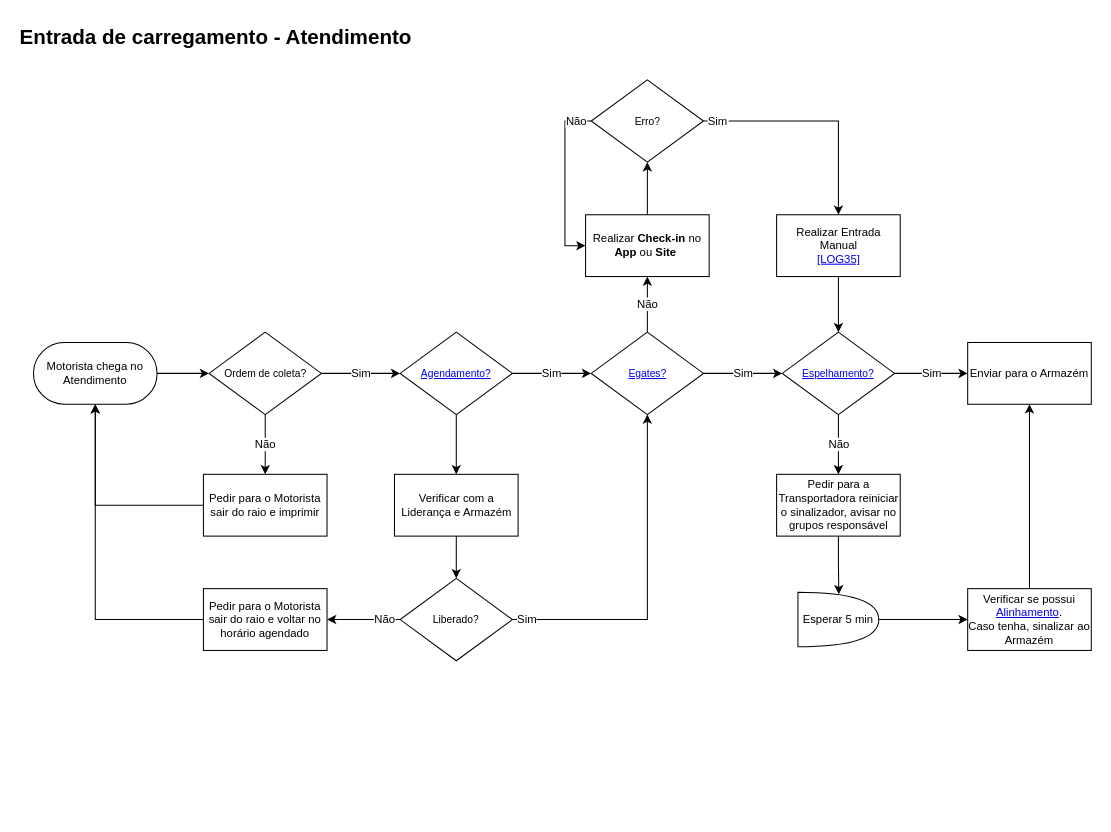
The draw.io diagram Carregamento.drawio in VictorAlvesMatias/fluxogramas, before the edit. Source tidied: cells renumbered, new cells numbered last; positions are measured from the earlier drawing's top-left corner, leaving out a move shared by most shapes. Both pictures are drawn from the tidied source at 103%, with x=0, y=0 at pixel (18, 18).
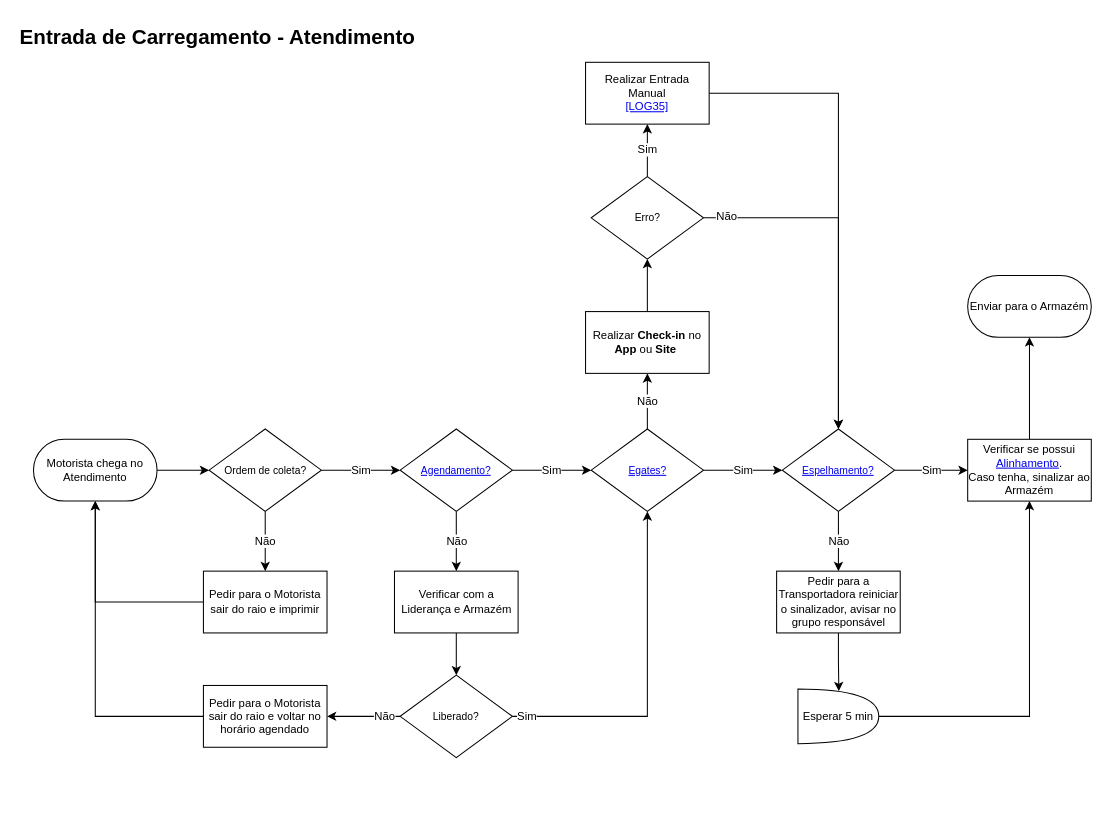
The same page after the edit.

The change refers to these unchanged cells:
```xml
<mxCell id="2" style="group;strokeWidth=0;" parent="1" vertex="1">
  <mxGeometry width="1045" height="774" as="geometry" />
</mxCell>
```

Diff of the diagram source:
```diff
@@
-    <mxCell id="3" value="Entrada de carregamento - Atendimento&lt;div style=&quot;&quot;&gt;&lt;br&gt;&lt;/div&gt;" style="text;html=1;align=left;verticalAlign=middle;whiteSpace=wrap;rounded=0;fontStyle=1;fontSize=20;" parent="2" vertex="1">
+    <mxCell id="3" value="Entrada de Carregamento - Atendimento&lt;div style=&quot;&quot;&gt;&lt;br&gt;&lt;/div&gt;" style="text;html=1;align=left;verticalAlign=middle;whiteSpace=wrap;rounded=0;fontStyle=1;fontSize=20;" parent="2" vertex="1">
       <mxGeometry width="400" height="59.3" as="geometry" />
     </mxCell>
@@
     <mxCell id="5" value="Motorista chega no Atendimento" style="rounded=1;whiteSpace=wrap;html=1;arcSize=50;fontSize=11;" parent="2" vertex="1">
-      <mxGeometry x="15" y="315" width="120" height="60" as="geometry" />
+      <mxGeometry x="15" y="409" width="120" height="60" as="geometry" />
     </mxCell>
     <mxCell id="6" value="Ordem de coleta?" style="rhombus;whiteSpace=wrap;html=1;fontSize=10;" parent="2" vertex="1">
-      <mxGeometry x="185.5" y="305" width="109" height="80" as="geometry" />
+      <mxGeometry x="185.5" y="399" width="109" height="80" as="geometry" />
     </mxCell>
@@
     <mxCell id="8" value="Pedir para o Motorista sair do raio e imprimir" style="rounded=0;whiteSpace=wrap;html=1;fontSize=11;" parent="2" vertex="1">
-      <mxGeometry x="180" y="443" width="120" height="60" as="geometry" />
+      <mxGeometry x="180" y="537" width="120" height="60" as="geometry" />
     </mxCell>
@@
     <mxCell id="10" value="Sim" style="edgeStyle=orthogonalEdgeStyle;rounded=0;jettySize=auto;html=1;entryX=0;entryY=0.5;entryDx=0;entryDy=0;strokeColor=#000000;exitX=1;exitY=0.5;exitDx=0;exitDy=0;" parent="2" edge="1" source="6">
       <mxGeometry relative="1" as="geometry">
-        <mxPoint x="371" y="345" as="targetPoint" />
+        <mxPoint x="371" y="439" as="targetPoint" />
       </mxGeometry>
     </mxCell>
     <mxCell id="11" style="edgeStyle=orthogonalEdgeStyle;rounded=0;jettySize=auto;html=1;entryX=0.5;entryY=0;entryDx=0;entryDy=0;exitX=0.5;exitY=1;exitDx=0;exitDy=0;strokeColor=#FF0000;" parent="2" edge="1" source="6">
       <mxGeometry relative="1" as="geometry">
-        <mxPoint x="240" y="385" as="targetPoint" />
+        <mxPoint x="240" y="479" as="targetPoint" />
       </mxGeometry>
     </mxCell>
-    <mxCell id="12" style="edgeStyle=orthogonalEdgeStyle;rounded=0;jettySize=auto;html=1;entryX=0.5;entryY=0;entryDx=0;entryDy=0;strokeColor=default;align=center;verticalAlign=middle;fontFamily=Helvetica;fontSize=11;fontColor=default;labelBackgroundColor=default;endArrow=classic;" parent="2" edge="1" source="13" target="34">
+    <mxCell id="12" value="Não" style="edgeStyle=orthogonalEdgeStyle;rounded=0;jettySize=auto;html=1;entryX=0.5;entryY=0;entryDx=0;entryDy=0;strokeColor=default;align=center;verticalAlign=middle;fontFamily=Helvetica;fontSize=11;fontColor=default;labelBackgroundColor=default;endArrow=classic;" parent="2" edge="1" source="13" target="34">
       <mxGeometry relative="1" as="geometry" />
     </mxCell>
     <mxCell id="13" value="&lt;a href=&quot;https://trackandtrace.com.br/core/monitoring/schedule&quot;&gt;Agendamento?&lt;/a&gt;" style="rhombus;whiteSpace=wrap;html=1;fontSize=10;" parent="2" vertex="1">
-      <mxGeometry x="371" y="305" width="109" height="80" as="geometry" />
+      <mxGeometry x="371" y="399" width="109" height="80" as="geometry" />
     </mxCell>
     <mxCell id="14" value="Sim" style="edgeStyle=orthogonalEdgeStyle;rounded=0;jettySize=auto;html=1;entryX=0;entryY=0.5;entryDx=0;entryDy=0;strokeColor=#000000;exitX=1;exitY=0.5;exitDx=0;exitDy=0;" parent="2" edge="1" source="13">
       <mxGeometry relative="1" as="geometry">
-        <mxPoint x="556.5" y="345" as="targetPoint" />
+        <mxPoint x="556.5" y="439" as="targetPoint" />
       </mxGeometry>
     </mxCell>
     <mxCell id="15" value="&lt;a href=&quot;https://egates.ambev.com.br/Movimentacoes/atendimentoEgates&quot;&gt;Egates?&lt;/a&gt;" style="rhombus;whiteSpace=wrap;html=1;fontSize=10;" parent="2" vertex="1">
-      <mxGeometry x="556.5" y="305" width="109" height="80" as="geometry" />
+      <mxGeometry x="556.5" y="399" width="109" height="80" as="geometry" />
     </mxCell>
@@
     <mxCell id="17" value="Realizar &lt;b&gt;Check-in&lt;/b&gt; no &lt;b&gt;App&lt;/b&gt; ou&amp;nbsp;&lt;b&gt;Site&amp;nbsp;&lt;/b&gt;" style="rounded=0;whiteSpace=wrap;html=1;fontSize=11;" parent="2" vertex="1">
-      <mxGeometry x="551" y="191" width="120" height="60" as="geometry" />
+      <mxGeometry x="551" y="285" width="120" height="60" as="geometry" />
     </mxCell>
@@
     <mxCell id="19" value="Sim" style="edgeStyle=orthogonalEdgeStyle;rounded=0;jettySize=auto;html=1;entryX=0;entryY=0.5;entryDx=0;entryDy=0;strokeColor=#000000;exitX=1;exitY=0.5;exitDx=0;exitDy=0;" parent="2" edge="1" source="15">
       <mxGeometry relative="1" as="geometry">
-        <mxPoint x="742" y="345" as="targetPoint" />
+        <mxPoint x="742" y="439" as="targetPoint" />
       </mxGeometry>
     </mxCell>
-    <mxCell id="20" value="Sim" style="edgeStyle=orthogonalEdgeStyle;rounded=0;jettySize=auto;html=1;entryX=0;entryY=0.5;entryDx=0;entryDy=0;strokeColor=default;align=center;verticalAlign=middle;fontFamily=Helvetica;fontSize=11;fontColor=default;labelBackgroundColor=default;endArrow=classic;" parent="2" edge="1" source="21" target="44">
+    <mxCell id="20" value="Sim" style="edgeStyle=orthogonalEdgeStyle;rounded=0;jettySize=auto;html=1;entryX=0;entryY=0.5;entryDx=0;entryDy=0;strokeColor=default;align=center;verticalAlign=middle;fontFamily=Helvetica;fontSize=11;fontColor=default;labelBackgroundColor=default;endArrow=classic;" parent="2" edge="1" source="21" target="46">
       <mxGeometry relative="1" as="geometry" />
     </mxCell>
     <mxCell id="21" value="&lt;a href=&quot;https://trackandtrace.com.br/core/monitoring/panel&quot;&gt;Espelhamento?&lt;/a&gt;" style="rhombus;whiteSpace=wrap;html=1;fontSize=10;" parent="2" vertex="1">
-      <mxGeometry x="742" y="305" width="109" height="80" as="geometry" />
+      <mxGeometry x="742" y="399" width="109" height="80" as="geometry" />
     </mxCell>
     <mxCell id="22" style="edgeStyle=orthogonalEdgeStyle;rounded=0;jettySize=auto;html=1;strokeColor=default;align=center;verticalAlign=middle;fontFamily=Helvetica;fontSize=11;fontColor=default;labelBackgroundColor=default;endArrow=classic;exitX=0.5;exitY=1;exitDx=0;exitDy=0;entryX=0.506;entryY=0.037;entryDx=0;entryDy=0;entryPerimeter=0;" parent="2" edge="1" source="23" target="43">
       <mxGeometry relative="1" as="geometry">
         <Array as="points">
-          <mxPoint x="796" y="530" />
-          <mxPoint x="797" y="530" />
+          <mxPoint x="796" y="624" />
+          <mxPoint x="797" y="624" />
         </Array>
       </mxGeometry>
     </mxCell>
-    <mxCell id="23" value="Pedir para a Transportadora reiniciar o sinalizador, avisar no grupos responsável" style="rounded=0;whiteSpace=wrap;html=1;fontSize=11;" parent="2" vertex="1">
-      <mxGeometry x="736.5" y="443" width="120" height="60" as="geometry" />
+    <mxCell id="23" value="Pedir para a Transportadora reiniciar o sinalizador, avisar no grupo responsável" style="rounded=0;whiteSpace=wrap;html=1;fontSize=11;" parent="2" vertex="1">
+      <mxGeometry x="736.5" y="537" width="120" height="60" as="geometry" />
     </mxCell>
     <mxCell id="24" value="Não" style="edgeStyle=orthogonalEdgeStyle;rounded=0;jettySize=auto;html=1;entryX=0.5;entryY=0;entryDx=0;entryDy=0;strokeColor=#000000;" parent="2" edge="1" source="21" target="23">
       <mxGeometry relative="1" as="geometry">
         <Array as="points">
-          <mxPoint x="796" y="404" />
-          <mxPoint x="796" y="404" />
+          <mxPoint x="796" y="498" />
+          <mxPoint x="796" y="498" />
         </Array>
       </mxGeometry>
     </mxCell>
-    <mxCell id="25" style="edgeStyle=orthogonalEdgeStyle;rounded=0;jettySize=auto;html=1;entryX=0.5;entryY=0;entryDx=0;entryDy=0;strokeColor=default;align=center;verticalAlign=middle;fontFamily=Helvetica;fontSize=11;fontColor=default;labelBackgroundColor=default;endArrow=classic;exitX=1;exitY=0.5;exitDx=0;exitDy=0;" parent="2" edge="1" source="31" target="29">
-      <mxGeometry relative="1" as="geometry">
-        <Array as="points">
-          <mxPoint x="796" y="100" />
-        </Array>
-      </mxGeometry>
-    </mxCell>
-    <mxCell id="26" style="edgeStyle=orthogonalEdgeStyle;rounded=0;jettySize=auto;html=1;entryX=0;entryY=0.5;entryDx=0;entryDy=0;strokeColor=default;align=center;verticalAlign=middle;fontFamily=Helvetica;fontSize=11;fontColor=default;labelBackgroundColor=default;endArrow=classic;exitX=0;exitY=0.5;exitDx=0;exitDy=0;" parent="2" edge="1" source="27" target="17">
-      <mxGeometry relative="1" as="geometry">
-        <Array as="points">
-          <mxPoint x="531" y="100" />
-          <mxPoint x="531" y="221" />
-        </Array>
-      </mxGeometry>
-    </mxCell>
+    <mxCell id="31" value="Sim" style="edgeStyle=orthogonalEdgeStyle;rounded=0;jettySize=auto;html=1;" parent="2" edge="1" source="27" target="29">
+      <mxGeometry relative="1" as="geometry" />
+    </mxCell>
+    <mxCell id="47" style="edgeStyle=orthogonalEdgeStyle;rounded=0;jettySize=auto;html=1;entryX=0.5;entryY=0;entryDx=0;entryDy=0;" parent="2" edge="1" source="27" target="21">
+      <mxGeometry relative="1" as="geometry" />
+    </mxCell>
+    <mxCell id="32" value="Não" style="edgeLabel;html=1;align=center;verticalAlign=middle;" parent="47" vertex="1">
+      <mxGeometry x="-0.87" y="2" relative="1" as="geometry" />
+    </mxCell>
     <mxCell id="27" value="Erro?" style="rhombus;whiteSpace=wrap;html=1;fontSize=10;" parent="2" vertex="1">
-      <mxGeometry x="556.5" y="60" width="109" height="80" as="geometry" />
+      <mxGeometry x="556.5" y="154" width="109" height="80" as="geometry" />
     </mxCell>
-    <mxCell id="28" style="edgeStyle=orthogonalEdgeStyle;rounded=0;jettySize=auto;html=1;entryX=0.5;entryY=0;entryDx=0;entryDy=0;strokeColor=default;align=center;verticalAlign=middle;fontFamily=Helvetica;fontSize=11;fontColor=default;labelBackgroundColor=default;endArrow=classic;" parent="2" edge="1" source="29" target="21">
+    <mxCell id="28" style="edgeStyle=orthogonalEdgeStyle;rounded=0;jettySize=auto;html=1;entryX=0.5;entryY=0;entryDx=0;entryDy=0;" parent="2" edge="1" source="29" target="21">
       <mxGeometry relative="1" as="geometry" />
     </mxCell>
     <mxCell id="29" value="Realizar Entrada Manual&lt;br&gt;&lt;a href=&quot;https://www.myworkday.com/abinbev/learning/course/d115937921451001034cfec96b960001?record=7cd7e49422c810011a0aaa4b39510000&amp;amp;type=9882927d138b100019b928e75843018d&quot;&gt;[LOG35]&lt;/a&gt;" style="rounded=0;whiteSpace=wrap;html=1;fontSize=11;" parent="2" vertex="1">
-      <mxGeometry x="736.5" y="191" width="120" height="60" as="geometry" />
+      <mxGeometry x="551" y="43" width="120" height="60" as="geometry" />
     </mxCell>
-    <mxCell id="30" style="edgeStyle=orthogonalEdgeStyle;rounded=0;jettySize=auto;html=1;entryX=0.5;entryY=0;entryDx=0;entryDy=0;strokeColor=default;align=center;verticalAlign=middle;fontFamily=Helvetica;fontSize=11;fontColor=default;labelBackgroundColor=default;endArrow=classic;exitX=1;exitY=0.5;exitDx=0;exitDy=0;" parent="2" edge="1" source="27" target="31">
-      <mxGeometry relative="1" as="geometry" />
-    </mxCell>
-    <mxCell id="31" value="Sim" style="text;html=1;align=center;verticalAlign=middle;whiteSpace=wrap;rounded=0;fontFamily=Helvetica;fontSize=11;fontColor=default;labelBackgroundColor=default;" parent="2" vertex="1">
-      <mxGeometry x="669" y="94.5" width="21" height="11" as="geometry" />
-    </mxCell>
-    <mxCell id="32" value="Não" style="text;html=1;align=center;verticalAlign=middle;whiteSpace=wrap;rounded=0;fontFamily=Helvetica;fontSize=11;fontColor=default;labelBackgroundColor=default;" parent="2" vertex="1">
-      <mxGeometry x="532" y="94.5" width="21" height="11" as="geometry" />
-    </mxCell>
@@
     <mxCell id="34" value="Verificar com a Liderança e Armazém" style="rounded=0;whiteSpace=wrap;html=1;fontSize=11;" parent="2" vertex="1">
-      <mxGeometry x="365.5" y="443" width="120" height="60" as="geometry" />
+      <mxGeometry x="365.5" y="537" width="120" height="60" as="geometry" />
     </mxCell>
@@
     <mxCell id="37" value="Liberado?" style="rhombus;whiteSpace=wrap;html=1;fontSize=10;" parent="2" vertex="1">
-      <mxGeometry x="371" y="544" width="109" height="80" as="geometry" />
+      <mxGeometry x="371" y="638" width="109" height="80" as="geometry" />
     </mxCell>
     <mxCell id="38" value="Sim" style="text;html=1;align=center;verticalAlign=middle;whiteSpace=wrap;rounded=0;fontFamily=Helvetica;fontSize=11;fontColor=default;labelBackgroundColor=default;" parent="2" vertex="1">
-      <mxGeometry x="484" y="578.5" width="21" height="11" as="geometry" />
+      <mxGeometry x="484" y="672.5" width="21" height="11" as="geometry" />
     </mxCell>
@@
     <mxCell id="40" value="Pedir para o Motorista sair do raio e voltar no horário agendado" style="rounded=0;whiteSpace=wrap;html=1;fontSize=11;" parent="2" vertex="1">
-      <mxGeometry x="180" y="554" width="120" height="60" as="geometry" />
+      <mxGeometry x="180" y="648" width="120" height="60" as="geometry" />
     </mxCell>
     <mxCell id="41" value="Não" style="text;html=1;align=center;verticalAlign=middle;whiteSpace=wrap;rounded=0;fontFamily=Helvetica;fontSize=11;fontColor=default;labelBackgroundColor=default;" parent="2" vertex="1">
-      <mxGeometry x="346" y="578.5" width="21" height="11" as="geometry" />
+      <mxGeometry x="346" y="672.5" width="21" height="11" as="geometry" />
     </mxCell>
@@
     <mxCell id="43" value="Esperar 5 min" style="shape=or;whiteSpace=wrap;html=1;fontFamily=Helvetica;fontSize=11;fontColor=default;labelBackgroundColor=default;" parent="2" vertex="1">
-      <mxGeometry x="757.2" y="557.5" width="78.5" height="53" as="geometry" />
+      <mxGeometry x="757.2" y="651.5" width="78.5" height="53" as="geometry" />
     </mxCell>
-    <mxCell id="44" value="Enviar para o Armazém" style="rounded=0;whiteSpace=wrap;html=1;fontSize=11;" parent="2" vertex="1">
-      <mxGeometry x="922" y="315" width="120" height="60" as="geometry" />
-    </mxCell>
-    <mxCell id="45" style="edgeStyle=orthogonalEdgeStyle;rounded=0;jettySize=auto;html=1;entryX=0.5;entryY=1;entryDx=0;entryDy=0;strokeColor=default;align=center;verticalAlign=middle;fontFamily=Helvetica;fontSize=11;fontColor=default;labelBackgroundColor=default;endArrow=classic;" parent="2" edge="1" source="46" target="44">
+    <mxCell id="45" style="edgeStyle=orthogonalEdgeStyle;rounded=0;jettySize=auto;html=1;strokeColor=default;align=center;verticalAlign=middle;fontFamily=Helvetica;fontSize=11;fontColor=default;labelBackgroundColor=default;endArrow=classic;" parent="2" edge="1" source="46" target="44">
       <mxGeometry relative="1" as="geometry" />
     </mxCell>
     <mxCell id="46" value="Verificar se possui &lt;a href=&quot;https://anheuserbuschinbev-my.sharepoint.com/:x:/r/personal/99821156_ambev_com_br/_layouts/15/doc2.aspx?sourcedoc=%7Bd540b165-c951-422d-8da9-9b79c941bcb3%7D&amp;amp;action=default&quot;&gt;Alinhamento&lt;/a&gt;.&lt;br&gt;Caso tenha, sinalizar ao Armazém" style="rounded=0;whiteSpace=wrap;html=1;fontSize=11;" parent="2" vertex="1">
-      <mxGeometry x="922" y="554" width="120" height="60" as="geometry" />
+      <mxGeometry x="922" y="409" width="120" height="60" as="geometry" />
     </mxCell>
+    <mxCell id="44" value="Enviar para o Armazém" style="rounded=1;whiteSpace=wrap;html=1;arcSize=50;fontSize=11;" parent="2" vertex="1">
+      <mxGeometry x="922" y="250" width="120" height="60" as="geometry" />
+    </mxCell>
```
